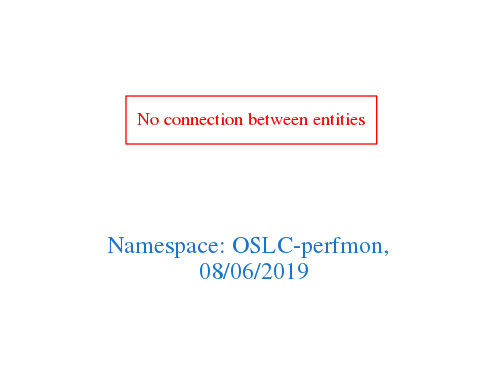
Above: downloads/OSLC-perfmon.png in arago/OGIT (Graphviz), before the change. Its source is kept beside it as downloads/OSLC-perfmon.dot.
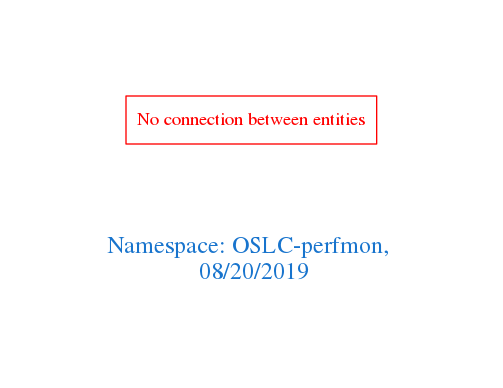
After the commit.

Diff of the diagram source:
```diff
@@ -1,7 +1,7 @@
 digraph OGIT_ontology {
  graph [ rankdir= LR,pad=1
 fontsize = 18,
-fontcolor= dodgerblue3,label = "\n\n\nNamespace: OSLC-perfmon, \n 08/06/2019"];
+fontcolor= dodgerblue3,label = "\n\n\nNamespace: OSLC-perfmon, \n 08/20/2019"];
 node[shape=polygon];
 edge [  color="gray81"];
 
```
